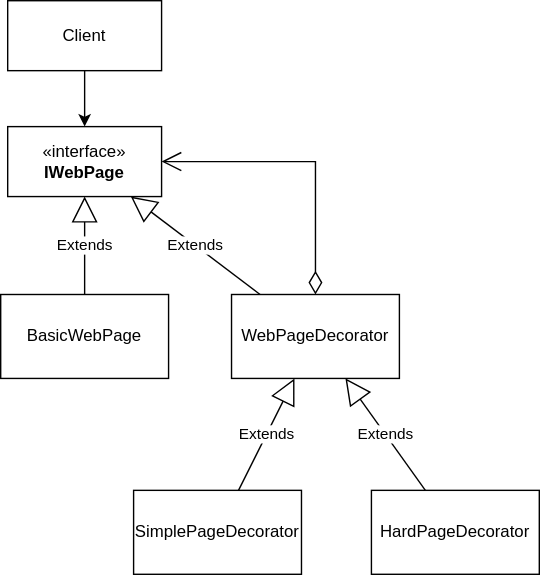
Above: public/posts/dp-decorator/decorator.drawio.svg in linzer0/linzer0.github.io (draw.io), before the change. Source tidied: cells renumbered, new cells last; positions are measured from the earlier drawing's top-left corner, leaving out a move shared by most shapes. Source of this version:
```xml
<mxGraphModel>
  <root>
    <mxCell id="0" />
    <mxCell id="1" parent="0" />
    <mxCell id="2" style="edgeStyle=orthogonalEdgeStyle;rounded=0;jettySize=auto;html=1;" parent="1" edge="1" source="3" target="4">
      <mxGeometry relative="1" as="geometry" />
    </mxCell>
    <mxCell id="3" value="Client" style="rounded=0;whiteSpace=wrap;html=1;" parent="1" vertex="1">
      <mxGeometry x="5" width="110" height="50" as="geometry" />
    </mxCell>
    <mxCell id="4" value="«interface»&lt;br&gt;&lt;b&gt;IWebPage&lt;/b&gt;" style="html=1;whiteSpace=wrap;" parent="1" vertex="1">
      <mxGeometry x="5" y="90" width="110" height="50" as="geometry" />
    </mxCell>
    <mxCell id="5" value="BasicWebPage" style="rounded=0;whiteSpace=wrap;html=1;" parent="1" vertex="1">
      <mxGeometry y="210" width="120" height="60" as="geometry" />
    </mxCell>
    <mxCell id="6" value="WebPageDecorator" style="rounded=0;whiteSpace=wrap;html=1;" parent="1" vertex="1">
      <mxGeometry x="165" y="210" width="120" height="60" as="geometry" />
    </mxCell>
    <mxCell id="7" value="Extends" style="endArrow=block;endSize=16;endFill=0;html=1;rounded=0;" parent="1" edge="1" source="5" target="4">
      <mxGeometry relative="1" as="geometry" />
    </mxCell>
    <mxCell id="8" value="Extends" style="endArrow=block;endSize=16;endFill=0;html=1;rounded=0;" parent="1" edge="1" source="6" target="4">
      <mxGeometry relative="1" as="geometry" />
    </mxCell>
    <mxCell id="9" value="SimplePageDecorator" style="rounded=0;whiteSpace=wrap;html=1;" parent="1" vertex="1">
      <mxGeometry x="95" y="350" width="120" height="60" as="geometry" />
    </mxCell>
    <mxCell id="10" value="Extends" style="endArrow=block;endSize=16;endFill=0;html=1;rounded=0;" parent="1" edge="1" source="9" target="6">
      <mxGeometry relative="1" as="geometry" />
    </mxCell>
    <mxCell id="11" value="HardPageDecorator" style="rounded=0;whiteSpace=wrap;html=1;" parent="1" vertex="1">
      <mxGeometry x="265" y="350" width="120" height="60" as="geometry" />
    </mxCell>
    <mxCell id="12" value="Extends" style="endArrow=block;endSize=16;endFill=0;html=1;rounded=0;" parent="1" edge="1" source="11" target="6">
      <mxGeometry relative="1" as="geometry" />
    </mxCell>
    <mxCell id="13" style="endArrow=open;html=1;endSize=12;startArrow=diamondThin;startSize=14;startFill=0;edgeStyle=orthogonalEdgeStyle;rounded=0;" parent="1" edge="1" source="6" target="4">
      <mxGeometry relative="1" as="geometry">
        <Array as="points">
          <mxPoint x="225" y="115" />
        </Array>
      </mxGeometry>
    </mxCell>
  </root>
</mxGraphModel>
```
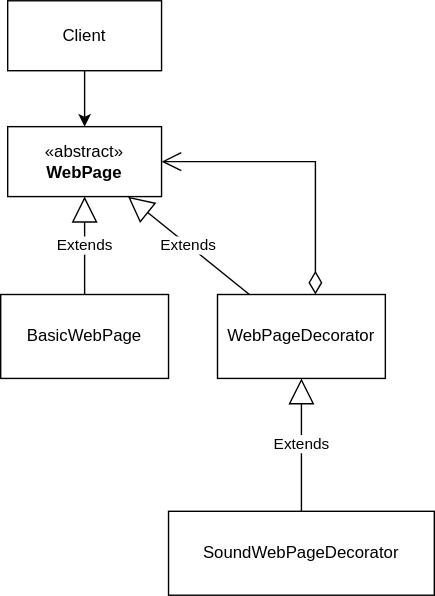
The same file after the commit.

Diff of the diagram source:
```diff
@@ -8,14 +8,14 @@
     <mxCell id="3" value="Client" style="rounded=0;whiteSpace=wrap;html=1;" parent="1" vertex="1">
       <mxGeometry x="5" width="110" height="50" as="geometry" />
     </mxCell>
-    <mxCell id="4" value="«interface»&lt;br&gt;&lt;b&gt;IWebPage&lt;/b&gt;" style="html=1;whiteSpace=wrap;" parent="1" vertex="1">
+    <mxCell id="4" value="«abstract»&lt;br&gt;&lt;b&gt;WebPage&lt;/b&gt;" style="html=1;whiteSpace=wrap;" parent="1" vertex="1">
       <mxGeometry x="5" y="90" width="110" height="50" as="geometry" />
     </mxCell>
     <mxCell id="5" value="BasicWebPage" style="rounded=0;whiteSpace=wrap;html=1;" parent="1" vertex="1">
       <mxGeometry y="210" width="120" height="60" as="geometry" />
     </mxCell>
     <mxCell id="6" value="WebPageDecorator" style="rounded=0;whiteSpace=wrap;html=1;" parent="1" vertex="1">
-      <mxGeometry x="165" y="210" width="120" height="60" as="geometry" />
+      <mxGeometry x="155" y="210" width="120" height="60" as="geometry" />
     </mxCell>
     <mxCell id="7" value="Extends" style="endArrow=block;endSize=16;endFill=0;html=1;rounded=0;" parent="1" edge="1" source="5" target="4">
       <mxGeometry relative="1" as="geometry" />
@@ -23,14 +23,8 @@
     <mxCell id="8" value="Extends" style="endArrow=block;endSize=16;endFill=0;html=1;rounded=0;" parent="1" edge="1" source="6" target="4">
       <mxGeometry relative="1" as="geometry" />
     </mxCell>
-    <mxCell id="9" value="SimplePageDecorator" style="rounded=0;whiteSpace=wrap;html=1;" parent="1" vertex="1">
-      <mxGeometry x="95" y="350" width="120" height="60" as="geometry" />
-    </mxCell>
-    <mxCell id="10" value="Extends" style="endArrow=block;endSize=16;endFill=0;html=1;rounded=0;" parent="1" edge="1" source="9" target="6">
-      <mxGeometry relative="1" as="geometry" />
-    </mxCell>
-    <mxCell id="11" value="HardPageDecorator" style="rounded=0;whiteSpace=wrap;html=1;" parent="1" vertex="1">
-      <mxGeometry x="265" y="350" width="120" height="60" as="geometry" />
+    <mxCell id="11" value="SoundWebPageDecorator" style="rounded=0;whiteSpace=wrap;html=1;" parent="1" vertex="1">
+      <mxGeometry x="120" y="365" width="190" height="60" as="geometry" />
     </mxCell>
     <mxCell id="12" value="Extends" style="endArrow=block;endSize=16;endFill=0;html=1;rounded=0;" parent="1" edge="1" source="11" target="6">
       <mxGeometry relative="1" as="geometry" />
```
